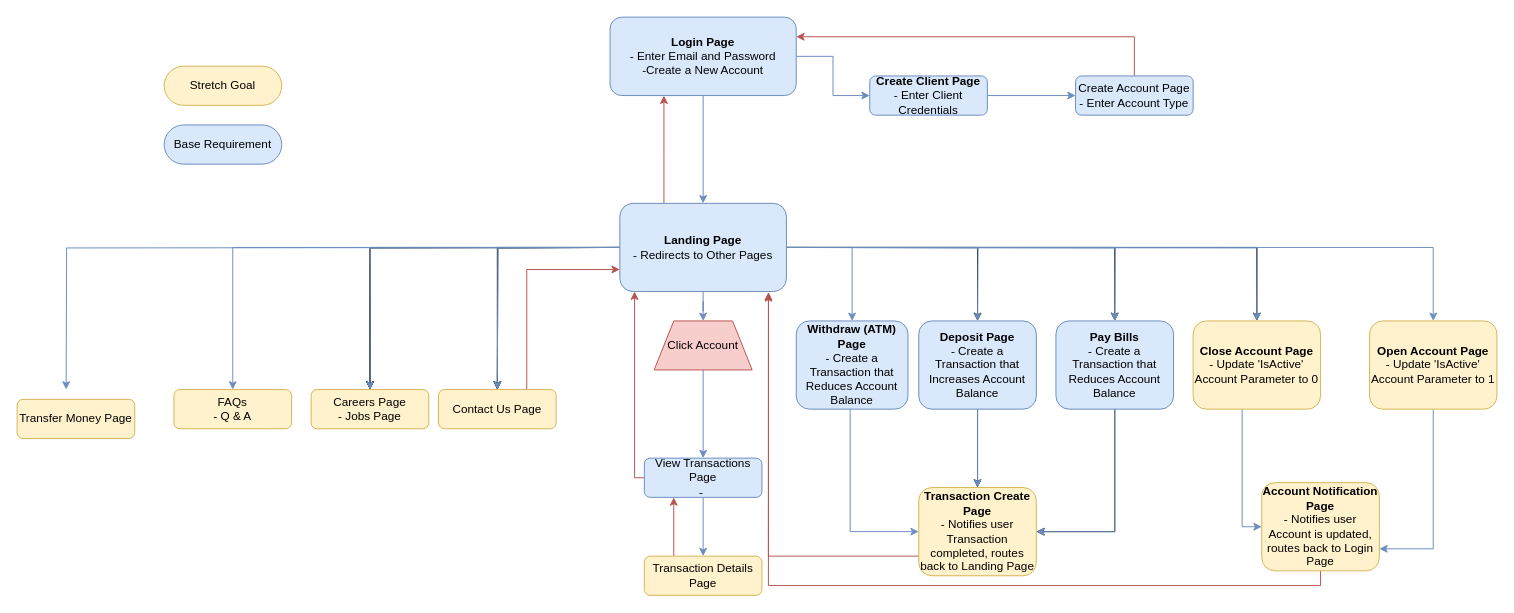
Above: Planning/Page Flow.drawio in dmoradiya/Banking-Application-and-Expenses-Tracker-with-React---C-ASP-.NET-MVC (draw.io), before the change. Source tidied: cells renumbered, new cells numbered last; positions are measured from the earlier drawing's top-left corner, leaving out a move shared by most shapes. Both pictures are drawn from the tidied source at 98%, with x=0, y=0 at pixel (17, 17).
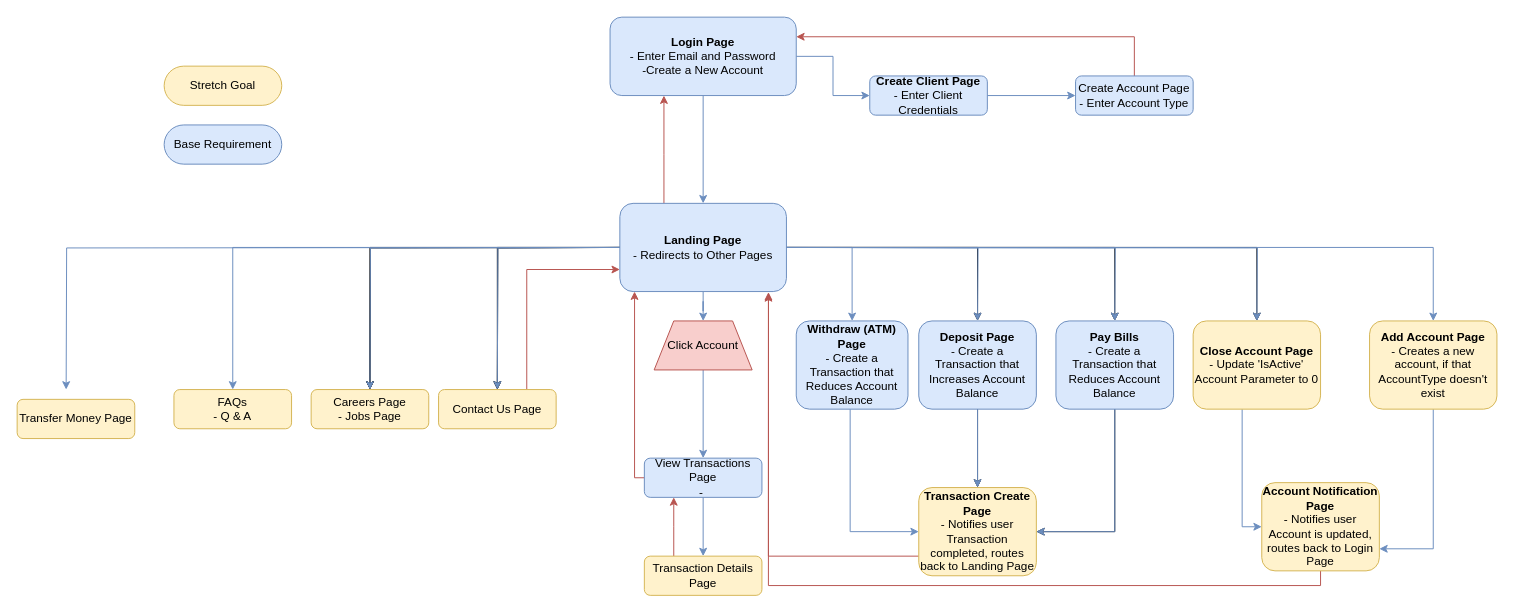
After the change.

Change to the diagram source:
```diff
@@
-    <mxCell id="41" value="&lt;b&gt;Open Account Page&lt;br&gt;&lt;/b&gt;- Update 'IsActive' Account Parameter to 1" style="rounded=1;whiteSpace=wrap;html=1;fontSize=12;glass=0;strokeWidth=1;shadow=0;fillColor=#fff2cc;strokeColor=#d6b656;" parent="1" vertex="1">
+    <mxCell id="41" value="&lt;b&gt;Add Account Page&lt;br&gt;&lt;/b&gt;- Creates a new account, if that AccountType doesn't exist" style="rounded=1;whiteSpace=wrap;html=1;fontSize=12;glass=0;strokeWidth=1;shadow=0;fillColor=#fff2cc;strokeColor=#d6b656;" parent="1" vertex="1">
       <mxGeometry x="1380" y="310" width="130" height="90" as="geometry" />
     </mxCell>
```
